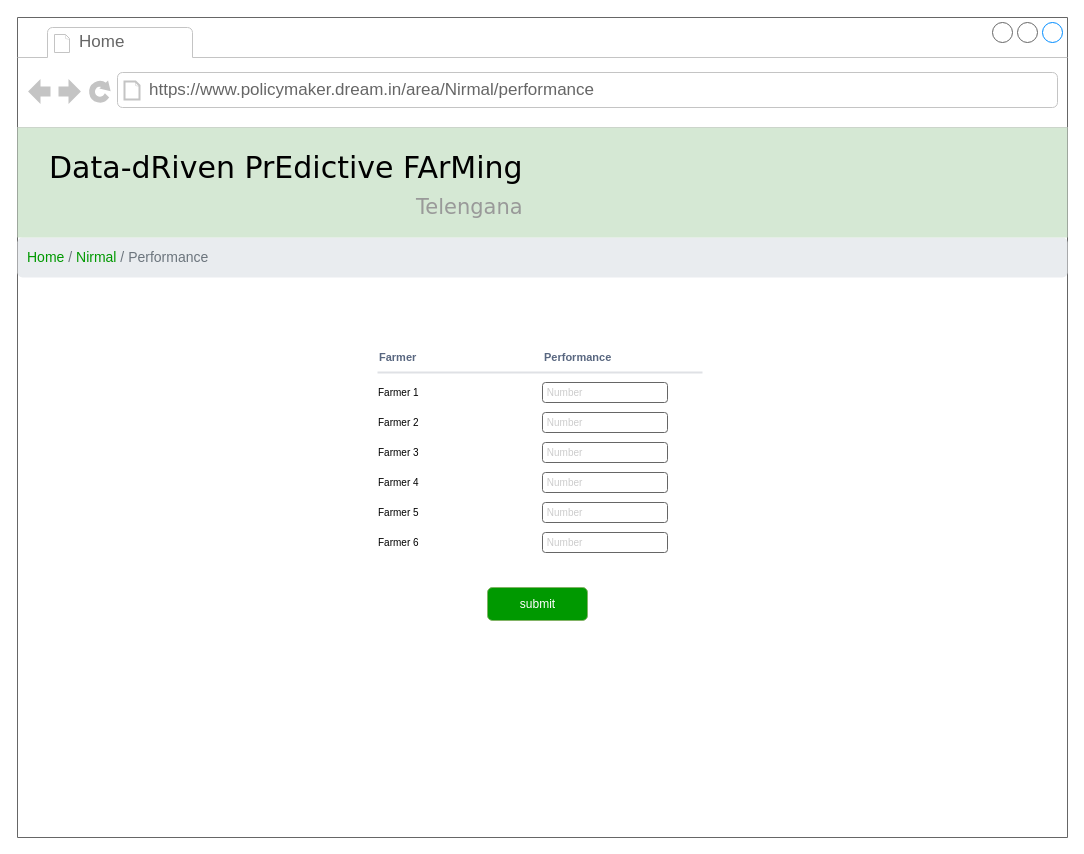
This is page "pm-update performance" (8 of 11) of RASD/diagrams/User Interface.drawio from ictar/DREAM-SE2-Project-2022, a draw.io file, before an edit. Source tidied: cells renumbered, new cells numbered last; positions are measured from the earlier drawing's top-left corner, leaving out a move shared by most shapes. Both pictures are drawn from the tidied source at 100%, with x=0, y=0 at pixel (17, 17).
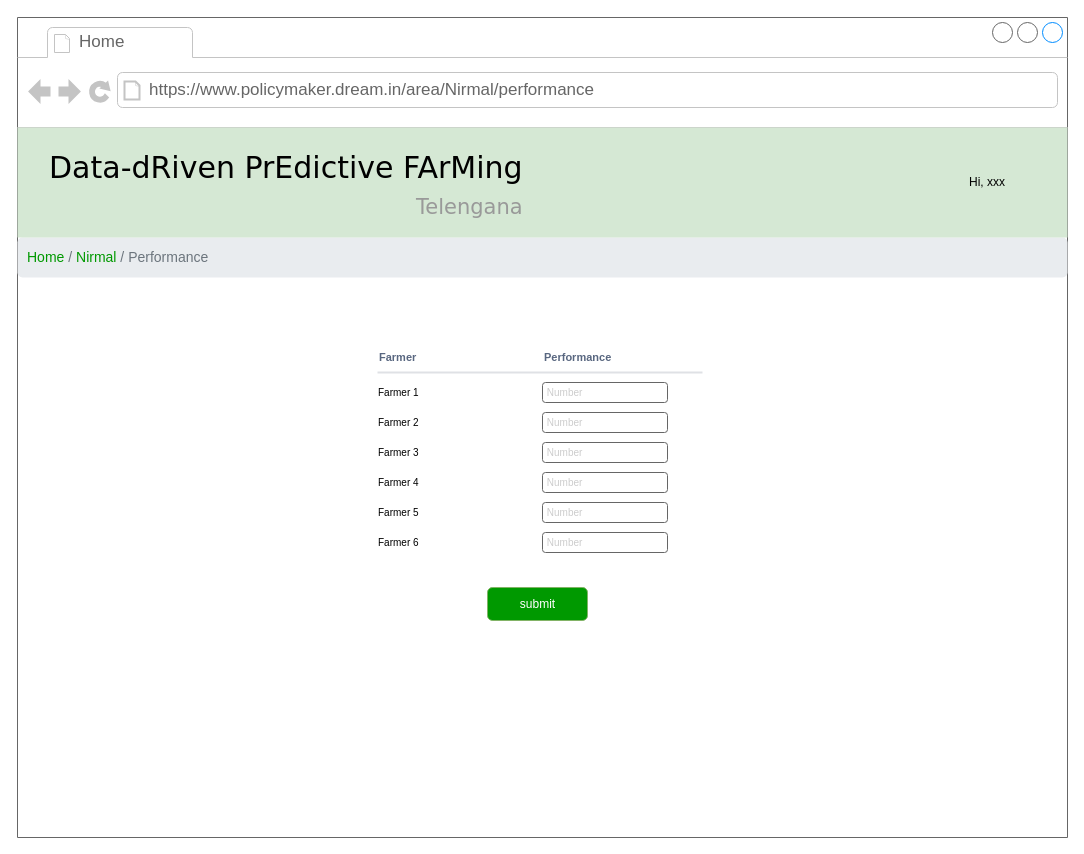
After the change.

Change to the diagram source:
```diff
@@
+    <mxCell id="26" value="Hi, xxx" style="text;html=1;strokeColor=none;fillColor=none;align=center;verticalAlign=middle;whiteSpace=wrap;rounded=0;fontSize=12;fontColor=#000000;" parent="1" vertex="1">
+      <mxGeometry x="940" y="150" width="60" height="30" as="geometry" />
+    </mxCell>
```
